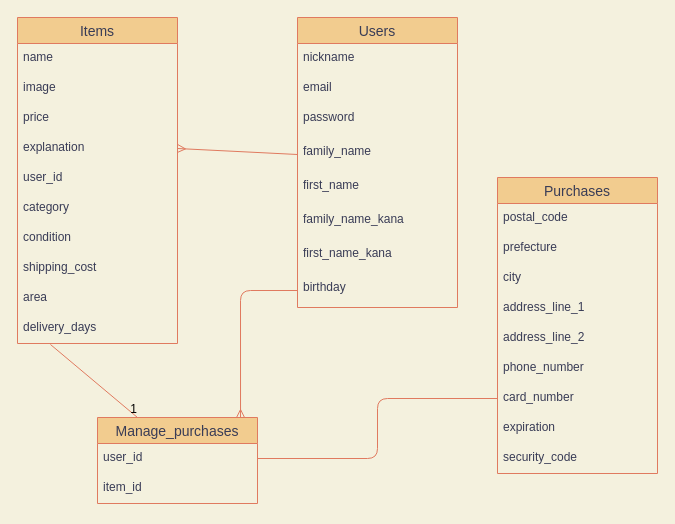
This is config/db.dio from t262g/furima-31082, a draw.io file, before an edit. Source tidied: cells renumbered, new cells numbered last; positions are measured from the earlier drawing's top-left corner, leaving out a move shared by most shapes. Both pictures are drawn from the tidied source at 100%, with x=0, y=0 at pixel (17, 17).
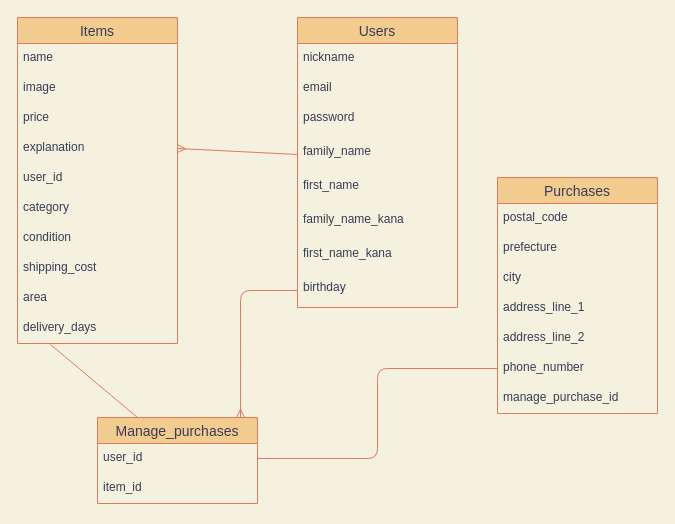
The same page after the edit.

The change refers to these unchanged cells:
```xml
<mxCell id="6" value="family_name" style="text;strokeColor=none;fillColor=none;spacingLeft=4;spacingRight=4;overflow=hidden;points=[[0,0.5],[1,0.5]];portConstraint=eastwest;fontSize=12;fontColor=#393C56;" parent="2" vertex="1">
  <mxGeometry y="120" width="160" height="34" as="geometry" />
</mxCell>
<mxCell id="10" value="birthday" style="text;strokeColor=none;fillColor=none;spacingLeft=4;spacingRight=4;overflow=hidden;points=[[0,0.5],[1,0.5]];portConstraint=eastwest;fontSize=12;fontColor=#393C56;" parent="2" vertex="1">
  <mxGeometry y="256" width="160" height="34" as="geometry" />
</mxCell>
<mxCell id="15" value="explanation" style="text;strokeColor=none;fillColor=none;spacingLeft=4;spacingRight=4;overflow=hidden;points=[[0,0.5],[1,0.5]];portConstraint=eastwest;fontSize=12;fontColor=#393C56;" parent="11" vertex="1">
  <mxGeometry y="116" width="160" height="30" as="geometry" />
</mxCell>
<mxCell id="21" value="delivery_days" style="text;strokeColor=none;fillColor=none;spacingLeft=4;spacingRight=4;overflow=hidden;points=[[0,0.5],[1,0.5]];portConstraint=eastwest;fontSize=12;fontColor=#393C56;" parent="11" vertex="1">
  <mxGeometry y="296" width="160" height="30" as="geometry" />
</mxCell>
<mxCell id="24" value="user_id" style="text;strokeColor=none;fillColor=none;spacingLeft=4;spacingRight=4;overflow=hidden;points=[[0,0.5],[1,0.5]];portConstraint=eastwest;fontSize=12;fontColor=#393C56;" parent="23" vertex="1">
  <mxGeometry y="26" width="160" height="30" as="geometry" />
</mxCell>
<mxCell id="34" value="phone_number" style="text;strokeColor=none;fillColor=none;spacingLeft=4;spacingRight=4;overflow=hidden;points=[[0,0.5],[1,0.5]];portConstraint=eastwest;fontSize=12;fontColor=#393C56;" parent="28" vertex="1">
  <mxGeometry y="176" width="160" height="30" as="geometry" />
</mxCell>
```

The edit, as a diff of the source:
```diff
@@
-    <mxCell id="22" style="jettySize=auto;html=1;exitX=0;exitY=0.5;exitDx=0;exitDy=0;entryX=1;entryY=0.5;entryDx=0;entryDy=0;endArrow=ERmany;endFill=0;strokeColor=#E07A5F;fontColor=#393C56;labelBackgroundColor=#F4F1DE;" parent="1" edge="1" source="6" target="15">
+    <mxCell id="22" style="jettySize=auto;html=1;exitX=0;exitY=0.5;exitDx=0;exitDy=0;entryX=1;entryY=0.5;entryDx=0;entryDy=0;endArrow=ERmany;endFill=0;labelBackgroundColor=#F4F1DE;strokeColor=#E07A5F;fontColor=#393C56;" parent="1" edge="1" source="6" target="15">
       <mxGeometry relative="1" as="geometry" />
     </mxCell>
-    <mxCell id="23" value="Manage_purchases" style="swimlane;fontStyle=0;horizontal=1;startSize=26;align=center;fontSize=14;rounded=0;sketch=0;strokeColor=#E07A5F;fillColor=#F2CC8F;fontColor=#393C56;" parent="1" vertex="1">
+    <mxCell id="23" value="Manage_purchases" style="swimlane;fontStyle=0;horizontal=1;startSize=26;align=center;fontSize=14;rounded=0;sketch=0;fillColor=#F2CC8F;strokeColor=#E07A5F;fontColor=#393C56;" parent="1" vertex="1">
       <mxGeometry x="80" y="400" width="160" height="86" as="geometry" />
     </mxCell>
@@
-    <mxCell id="26" style="endArrow=none;html=1;rounded=0;strokeColor=#E07A5F;fillColor=#F2CC8F;fontColor=#393C56;exitX=0.206;exitY=1.033;exitDx=0;exitDy=0;exitPerimeter=0;entryX=0.25;entryY=0;entryDx=0;entryDy=0;" parent="1" edge="1" source="21" target="23">
+    <mxCell id="26" style="endArrow=none;html=1;rounded=0;exitX=0.206;exitY=1.033;exitDx=0;exitDy=0;exitPerimeter=0;entryX=0.25;entryY=0;entryDx=0;entryDy=0;labelBackgroundColor=#F4F1DE;strokeColor=#E07A5F;fontColor=#393C56;" parent="1" edge="1" source="21" target="23">
       <mxGeometry relative="1" as="geometry" />
     </mxCell>
-    <mxCell id="27" value="1" style="html=1;align=right;verticalAlign=bottom;" parent="26" vertex="1">
-      <mxGeometry x="1" relative="1" as="geometry" />
-    </mxCell>
     <mxCell id="28" value="Purchases" style="swimlane;fontStyle=0;horizontal=1;startSize=26;align=center;fontSize=14;fillColor=#F2CC8F;strokeColor=#E07A5F;fontColor=#393C56;" parent="1" vertex="1">
-      <mxGeometry x="480" y="160" width="160" height="296" as="geometry" />
+      <mxGeometry x="480" y="160" width="160" height="236" as="geometry" />
     </mxCell>
@@
-    <mxCell id="35" value="card_number" style="text;strokeColor=none;fillColor=none;spacingLeft=4;spacingRight=4;overflow=hidden;points=[[0,0.5],[1,0.5]];portConstraint=eastwest;fontSize=12;fontColor=#393C56;" parent="28" vertex="1">
-      <mxGeometry y="206" width="160" height="30" as="geometry" />
-    </mxCell>
-    <mxCell id="36" value="expiration" style="text;strokeColor=none;fillColor=none;spacingLeft=4;spacingRight=4;overflow=hidden;fontSize=12;fontColor=#393C56;" parent="28" vertex="1">
-      <mxGeometry y="236" width="160" height="30" as="geometry" />
-    </mxCell>
-    <mxCell id="37" value="security_code" style="text;strokeColor=none;fillColor=none;spacingLeft=4;spacingRight=4;overflow=hidden;fontSize=12;fontColor=#393C56;" parent="28" vertex="1">
-      <mxGeometry y="266" width="160" height="30" as="geometry" />
-    </mxCell>
+    <mxCell id="40" value="manage_purchase_id" style="text;strokeColor=none;fillColor=none;spacingLeft=4;spacingRight=4;overflow=hidden;fontSize=12;fontColor=#393C56;" parent="28" vertex="1">
+      <mxGeometry y="206" width="160" height="30" as="geometry" />
+    </mxCell>
-    <mxCell id="38" style="edgeStyle=orthogonalEdgeStyle;curved=0;rounded=1;sketch=0;jettySize=auto;html=1;exitX=0;exitY=0.5;exitDx=0;exitDy=0;entryX=0.894;entryY=0;entryDx=0;entryDy=0;entryPerimeter=0;strokeColor=#E07A5F;fillColor=#F2CC8F;fontColor=#393C56;endArrow=ERmany;endFill=0;" parent="1" edge="1" source="10" target="23">
+    <mxCell id="38" style="edgeStyle=orthogonalEdgeStyle;curved=0;rounded=1;sketch=0;jettySize=auto;html=1;exitX=0;exitY=0.5;exitDx=0;exitDy=0;entryX=0.894;entryY=0;entryDx=0;entryDy=0;entryPerimeter=0;endArrow=ERmany;endFill=0;labelBackgroundColor=#F4F1DE;strokeColor=#E07A5F;fontColor=#393C56;" parent="1" edge="1" source="10" target="23">
       <mxGeometry relative="1" as="geometry" />
     </mxCell>
-    <mxCell id="39" style="edgeStyle=orthogonalEdgeStyle;curved=0;rounded=1;sketch=0;jettySize=auto;html=1;exitX=1;exitY=0.5;exitDx=0;exitDy=0;entryX=0;entryY=0.5;entryDx=0;entryDy=0;strokeColor=#E07A5F;fillColor=#F2CC8F;fontColor=#393C56;endArrow=none;endFill=0;" parent="1" edge="1" source="24" target="35">
-      <mxGeometry relative="1" as="geometry" />
-    </mxCell>
+    <mxCell id="41" style="edgeStyle=orthogonalEdgeStyle;curved=0;rounded=1;sketch=0;jettySize=auto;html=1;exitX=1;exitY=0.5;exitDx=0;exitDy=0;strokeColor=#E07A5F;fillColor=#F2CC8F;fontColor=#393C56;endArrow=none;endFill=0;" parent="1" edge="1" source="24" target="34">
+      <mxGeometry relative="1" as="geometry" />
+    </mxCell>
```
